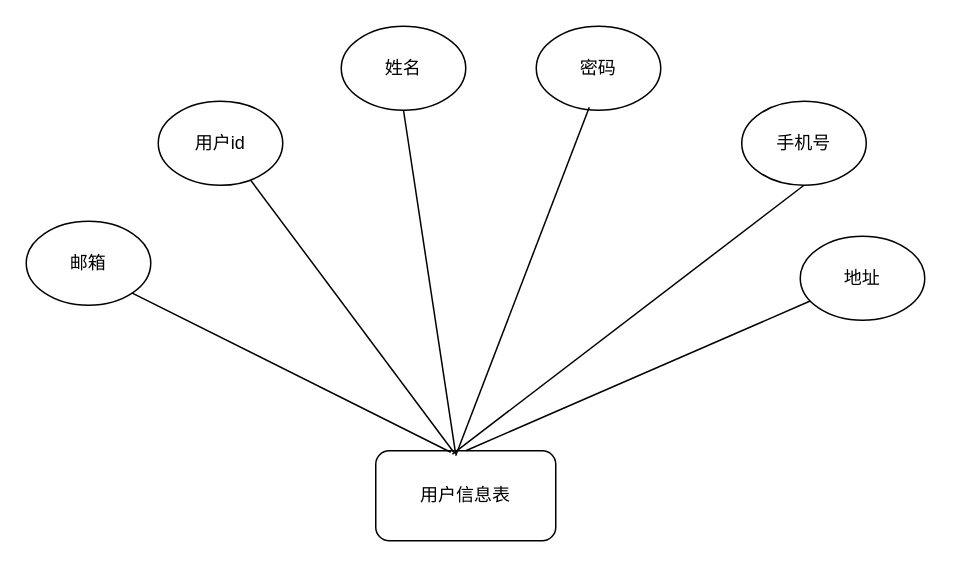
Before: 未命名绘图.drawio in songmulin/Diagram, a draw.io diagram. Source tidied: cells renumbered, new cells numbered last; positions are measured from the earlier drawing's top-left corner, leaving out a move shared by most shapes. Both pictures are drawn from the tidied source at 150%, with x=0, y=0 at pixel (26, 26).
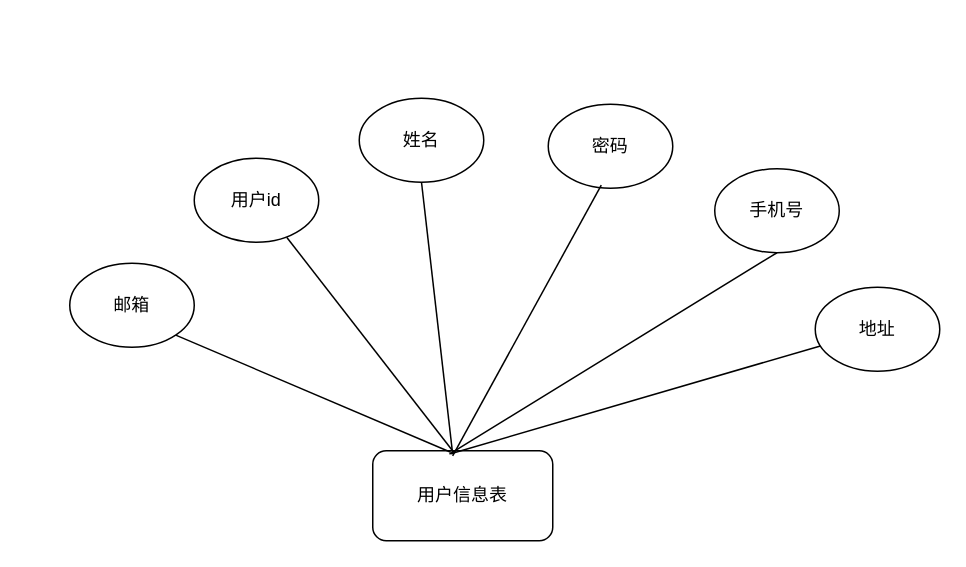
The same page after the edit.

Commit message:
更新未命名绘图.drawio

Change to the diagram source:
```diff
@@
 <mxGraphModel>
   <root>
     <mxCell id="0" />
     <mxCell id="1" parent="0" />
     <mxCell id="2" value="用户id" style="ellipse;whiteSpace=wrap;html=1;" parent="1" vertex="1">
-      <mxGeometry x="88" y="50" width="83" height="56" as="geometry" />
+      <mxGeometry x="112" y="88" width="83" height="56" as="geometry" />
     </mxCell>
     <mxCell id="3" value="用户信息表" style="rounded=1;whiteSpace=wrap;html=1;" parent="1" vertex="1">
-      <mxGeometry x="233" y="283" width="120" height="60" as="geometry" />
+      <mxGeometry x="231" y="283" width="120" height="60" as="geometry" />
     </mxCell>
     <mxCell id="4" value="姓名" style="ellipse;whiteSpace=wrap;html=1;" parent="1" vertex="1">
-      <mxGeometry x="210" width="83" height="56" as="geometry" />
+      <mxGeometry x="222" y="48" width="83" height="56" as="geometry" />
     </mxCell>
     <mxCell id="5" value="密码" style="ellipse;whiteSpace=wrap;html=1;" parent="1" vertex="1">
-      <mxGeometry x="340" width="83" height="56" as="geometry" />
+      <mxGeometry x="348" y="52" width="83" height="56" as="geometry" />
     </mxCell>
     <mxCell id="6" value="手机号" style="ellipse;whiteSpace=wrap;html=1;" parent="1" vertex="1">
-      <mxGeometry x="477" y="50" width="83" height="56" as="geometry" />
+      <mxGeometry x="459" y="95" width="83" height="56" as="geometry" />
     </mxCell>
     <mxCell id="7" value="地址" style="ellipse;whiteSpace=wrap;html=1;" parent="1" vertex="1">
-      <mxGeometry x="516" y="140" width="83" height="56" as="geometry" />
+      <mxGeometry x="526" y="174" width="83" height="56" as="geometry" />
     </mxCell>
     <mxCell id="8" value="邮箱" style="ellipse;whiteSpace=wrap;html=1;" parent="1" vertex="1">
-      <mxGeometry y="130" width="83" height="56" as="geometry" />
+      <mxGeometry x="29" y="158" width="83" height="56" as="geometry" />
     </mxCell>
     <mxCell id="9" style="endArrow=none;html=1;rounded=0;entryX=1;entryY=1;entryDx=0;entryDy=0;" parent="1" edge="1" target="8">
       <mxGeometry relative="1" as="geometry">
         <mxPoint x="283" y="284" as="sourcePoint" />
       </mxGeometry>
     </mxCell>
     <mxCell id="10" style="endArrow=none;html=1;rounded=0;entryX=0.744;entryY=0.943;entryDx=0;entryDy=0;entryPerimeter=0;" parent="1" edge="1" target="2">
       <mxGeometry relative="1" as="geometry">
         <mxPoint x="285" y="284" as="sourcePoint" />
       </mxGeometry>
     </mxCell>
     <mxCell id="11" style="endArrow=none;html=1;rounded=0;entryX=0.5;entryY=1;entryDx=0;entryDy=0;exitX=0.444;exitY=0.037;exitDx=0;exitDy=0;exitPerimeter=0;" parent="1" edge="1" source="3" target="4">
       <mxGeometry relative="1" as="geometry" />
     </mxCell>
     <mxCell id="12" style="endArrow=none;html=1;rounded=0;entryX=0.426;entryY=0.963;entryDx=0;entryDy=0;exitX=0.444;exitY=0.056;exitDx=0;exitDy=0;exitPerimeter=0;entryPerimeter=0;" parent="1" edge="1" source="3" target="5">
       <mxGeometry relative="1" as="geometry" />
     </mxCell>
     <mxCell id="13" style="endArrow=none;html=1;rounded=0;entryX=0.5;entryY=1;entryDx=0;entryDy=0;exitX=0.426;exitY=0.037;exitDx=0;exitDy=0;exitPerimeter=0;" parent="1" edge="1" source="3" target="6">
       <mxGeometry relative="1" as="geometry" />
     </mxCell>
-    <mxCell id="14" style="endArrow=none;html=1;rounded=0;exitX=0.5;exitY=0;exitDx=0;exitDy=0;" parent="1" edge="1" source="3" target="7">
-      <mxGeometry relative="1" as="geometry" />
+    <mxCell id="14" style="endArrow=none;html=1;rounded=0;" parent="1" edge="1" target="7">
+      <mxGeometry relative="1" as="geometry">
+        <mxPoint x="283" y="285" as="sourcePoint" />
+      </mxGeometry>
     </mxCell>
   </root>
 </mxGraphModel>
```
